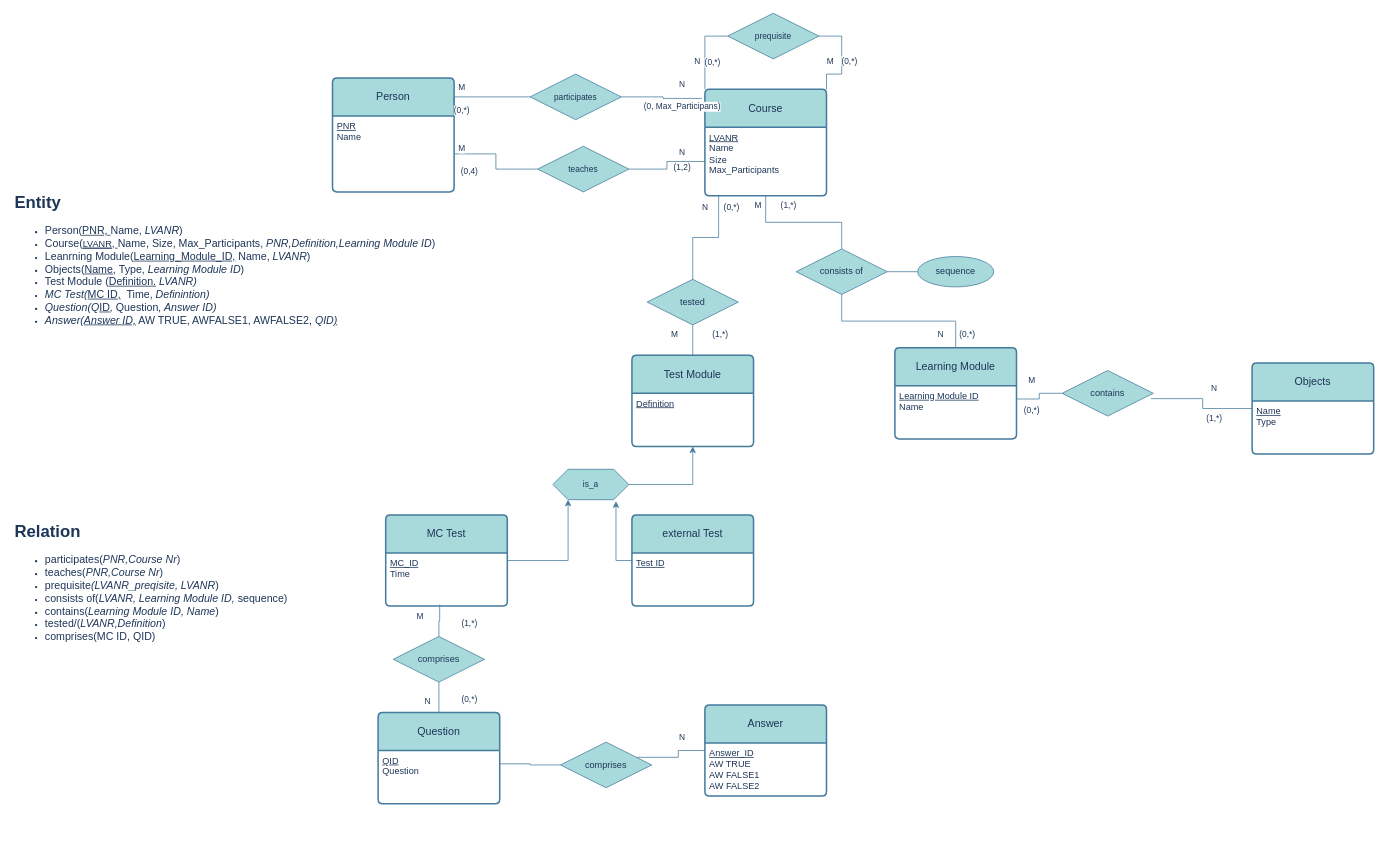
This is E-Learning ERM.drawio from IP2312/Database, a draw.io file, before an edit. Source tidied: cells renumbered, new cells numbered last; positions are measured from the earlier drawing's top-left corner, leaving out a move shared by most shapes. Both pictures are drawn from the tidied source at 76%, with x=0, y=0 at pixel (13, 13).
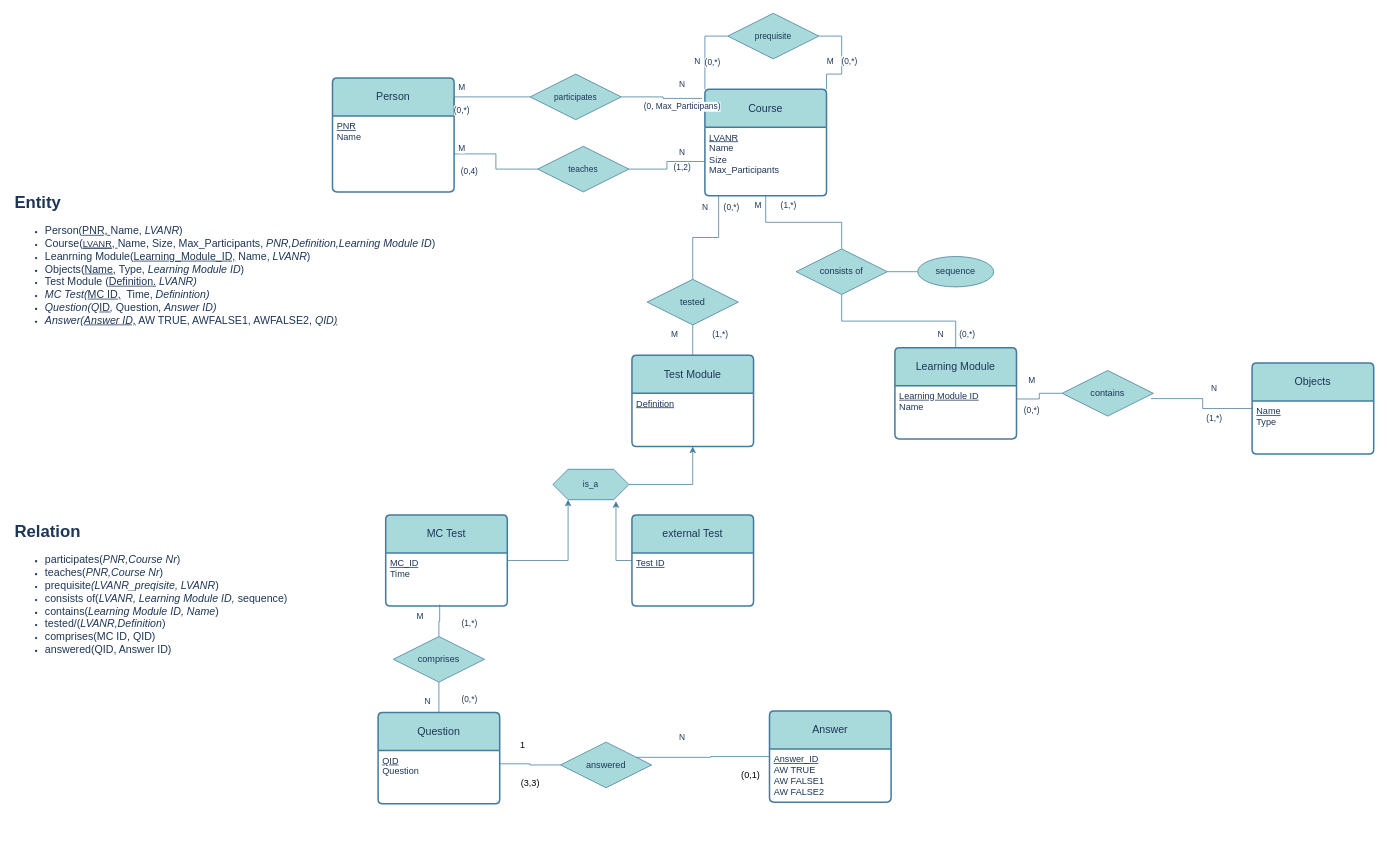
Above is the later version.

The edit, as a diff of the source:
```diff
@@
-    <mxCell id="8" value="&lt;h1 style=&quot;margin-top: 0px;&quot;&gt;Entity&amp;nbsp;&lt;/h1&gt;&lt;div&gt;&lt;ul&gt;&lt;li&gt;&lt;font style=&quot;font-size: 14px;&quot;&gt;Person(&lt;u&gt;PNR,&amp;nbsp;&lt;/u&gt;Name, &lt;i&gt;LVANR&lt;/i&gt;)&amp;nbsp;&lt;/font&gt;&lt;/li&gt;&lt;li&gt;&lt;font style=&quot;font-size: 14px;&quot;&gt;Course(&lt;u style=&quot;&quot;&gt;&lt;u style=&quot;font-size: 12px;&quot;&gt;LVANR&lt;/u&gt;, &lt;/u&gt;Name, Size, Max_Participants, &lt;i&gt;PNR,Definition,Learning Module ID&lt;/i&gt;)&lt;/font&gt;&lt;/li&gt;&lt;li&gt;&lt;span style=&quot;background-color: transparent; color: light-dark(rgb(29, 53, 87), rgb(176, 196, 226)); font-size: 14px;&quot;&gt;Leanrning Module(&lt;u&gt;Learning_&lt;/u&gt;&lt;/span&gt;&lt;span style=&quot;background-color: transparent; color: light-dark(rgb(29, 53, 87), rgb(176, 196, 226)); font-size: 14px;&quot;&gt;&lt;u&gt;Module_ID,&lt;/u&gt;&lt;/span&gt;&lt;span style=&quot;background-color: transparent; color: light-dark(rgb(29, 53, 87), rgb(176, 196, 226)); font-size: 14px;&quot;&gt;&amp;nbsp;&lt;/span&gt;&lt;span style=&quot;background-color: transparent; color: light-dark(rgb(29, 53, 87), rgb(176, 196, 226)); font-size: 14px;&quot;&gt;Name, &lt;i&gt;LVANR&lt;/i&gt;)&lt;/span&gt;&lt;/li&gt;&lt;li&gt;&lt;span style=&quot;font-size: 14px;&quot;&gt;Objects(&lt;u&gt;Name,&lt;/u&gt;&amp;nbsp;Type, &lt;i&gt;Learning Module ID&lt;/i&gt;)&lt;/span&gt;&lt;/li&gt;&lt;li&gt;&lt;span style=&quot;font-size: 14px;&quot;&gt;Test Module (&lt;u style=&quot;&quot;&gt;Definition.&lt;/u&gt;&amp;nbsp;&lt;i&gt;LVANR)&lt;/i&gt;&lt;/span&gt;&lt;/li&gt;&lt;li&gt;&lt;span style=&quot;font-size: 14px;&quot;&gt;&lt;i&gt;MC Test(&lt;/i&gt;&lt;u&gt;MC ID,&lt;/u&gt;&amp;nbsp; Time,&amp;nbsp;&lt;i style=&quot;&quot;&gt;Definintion)&lt;/i&gt;&lt;/span&gt;&lt;/li&gt;&lt;li&gt;&lt;span style=&quot;font-size: 14px;&quot;&gt;&lt;i style=&quot;&quot;&gt;Question(Q&lt;/i&gt;&lt;u&gt;ID&lt;/u&gt;&lt;i style=&quot;&quot;&gt;, &lt;/i&gt;Question&lt;i style=&quot;&quot;&gt;, Answer ID)&lt;/i&gt;&lt;/span&gt;&lt;/li&gt;&lt;li&gt;&lt;span style=&quot;font-size: 14px;&quot;&gt;&lt;i&gt;Answer(&lt;/i&gt;&lt;u style=&quot;font-style: italic;&quot;&gt;Answer ID,&lt;/u&gt; AW TRUE, AWFALSE1, AWFALSE2, &lt;i&gt;QID&lt;/i&gt;&lt;u style=&quot;font-style: italic;&quot;&gt;)&lt;/u&gt;&lt;/span&gt;&lt;/li&gt;&lt;/ul&gt;&lt;/div&gt;&lt;h1 style=&quot;margin-top: 0px;&quot;&gt;&lt;br&gt;&lt;/h1&gt;&lt;h1 style=&quot;margin-top: 0px;&quot;&gt;&lt;br&gt;&lt;/h1&gt;&lt;h1 style=&quot;margin-top: 0px;&quot;&gt;&lt;br&gt;&lt;/h1&gt;&lt;h1 style=&quot;margin-top: 0px;&quot;&gt;&lt;br&gt;&lt;/h1&gt;&lt;h1 style=&quot;margin-top: 0px;&quot;&gt;&lt;br&gt;&lt;/h1&gt;&lt;h1 style=&quot;margin-top: 0px;&quot;&gt;&lt;br&gt;&lt;/h1&gt;&lt;h1 style=&quot;margin-top: 0px;&quot;&gt;Relation&lt;/h1&gt;&lt;div&gt;&lt;ul&gt;&lt;li&gt;&lt;font style=&quot;font-size: 14px;&quot;&gt;participates(&lt;i&gt;PNR,Course Nr&lt;/i&gt;)&lt;/font&gt;&lt;/li&gt;&lt;li&gt;&lt;font style=&quot;font-size: 14px;&quot;&gt;teaches(&lt;i&gt;PNR,Course Nr&lt;/i&gt;)&lt;/font&gt;&lt;/li&gt;&lt;li&gt;&lt;font style=&quot;font-size: 14px;&quot;&gt;prequisite&lt;i&gt;(LVANR_preqisite, LVANR&lt;/i&gt;)&lt;/font&gt;&lt;/li&gt;&lt;li&gt;&lt;font style=&quot;font-size: 14px;&quot;&gt;consists of(&lt;i&gt;LVANR, Learning Module ID, &lt;/i&gt;sequence)&lt;/font&gt;&lt;/li&gt;&lt;li&gt;&lt;font style=&quot;font-size: 14px;&quot;&gt;contains(&lt;i&gt;Learning Module ID, Name&lt;/i&gt;)&lt;/font&gt;&lt;/li&gt;&lt;li&gt;&lt;font style=&quot;font-size: 14px;&quot;&gt;tested/(&lt;i&gt;LVANR,Definition&lt;/i&gt;)&lt;/font&gt;&lt;/li&gt;&lt;li&gt;&lt;font style=&quot;font-size: 14px;&quot;&gt;comprises(MC ID, QID)&lt;/font&gt;&lt;/li&gt;&lt;/ul&gt;&lt;/div&gt;&lt;p&gt;&lt;br&gt;&lt;/p&gt;&lt;p&gt;&lt;br&gt;&lt;/p&gt;&lt;p&gt;&lt;br&gt;&lt;/p&gt;&lt;p&gt;&lt;br&gt;&lt;/p&gt;&lt;p&gt;&lt;br&gt;&lt;/p&gt;&lt;p&gt;&lt;br&gt;&lt;/p&gt;&lt;p&gt;&lt;br&gt;&lt;/p&gt;&lt;p&gt;&lt;br&gt;&lt;/p&gt;&lt;p&gt;&lt;br&gt;&lt;/p&gt;&lt;p&gt;&amp;nbsp;&lt;/p&gt;&lt;p&gt;&lt;br&gt;&lt;/p&gt;" style="text;html=1;whiteSpace=wrap;overflow=hidden;rounded=0;fontFamily=Helvetica;fontSize=11;fontColor=#1D3557;labelBackgroundColor=none;" parent="1" vertex="1">
+    <mxCell id="8" value="&lt;h1 style=&quot;margin-top: 0px;&quot;&gt;Entity&amp;nbsp;&lt;/h1&gt;&lt;div&gt;&lt;ul&gt;&lt;li&gt;&lt;font style=&quot;font-size: 14px;&quot;&gt;Person(&lt;u&gt;PNR,&amp;nbsp;&lt;/u&gt;Name, &lt;i&gt;LVANR&lt;/i&gt;)&amp;nbsp;&lt;/font&gt;&lt;/li&gt;&lt;li&gt;&lt;font style=&quot;font-size: 14px;&quot;&gt;Course(&lt;u style=&quot;&quot;&gt;&lt;u style=&quot;font-size: 12px;&quot;&gt;LVANR&lt;/u&gt;, &lt;/u&gt;Name, Size, Max_Participants, &lt;i&gt;PNR,Definition,Learning Module ID&lt;/i&gt;)&lt;/font&gt;&lt;/li&gt;&lt;li&gt;&lt;span style=&quot;background-color: transparent; color: light-dark(rgb(29, 53, 87), rgb(176, 196, 226)); font-size: 14px;&quot;&gt;Leanrning Module(&lt;u&gt;Learning_&lt;/u&gt;&lt;/span&gt;&lt;span style=&quot;background-color: transparent; color: light-dark(rgb(29, 53, 87), rgb(176, 196, 226)); font-size: 14px;&quot;&gt;&lt;u&gt;Module_ID,&lt;/u&gt;&lt;/span&gt;&lt;span style=&quot;background-color: transparent; color: light-dark(rgb(29, 53, 87), rgb(176, 196, 226)); font-size: 14px;&quot;&gt;&amp;nbsp;&lt;/span&gt;&lt;span style=&quot;background-color: transparent; color: light-dark(rgb(29, 53, 87), rgb(176, 196, 226)); font-size: 14px;&quot;&gt;Name, &lt;i&gt;LVANR&lt;/i&gt;)&lt;/span&gt;&lt;/li&gt;&lt;li&gt;&lt;span style=&quot;font-size: 14px;&quot;&gt;Objects(&lt;u&gt;Name,&lt;/u&gt;&amp;nbsp;Type, &lt;i&gt;Learning Module ID&lt;/i&gt;)&lt;/span&gt;&lt;/li&gt;&lt;li&gt;&lt;span style=&quot;font-size: 14px;&quot;&gt;Test Module (&lt;u style=&quot;&quot;&gt;Definition.&lt;/u&gt;&amp;nbsp;&lt;i&gt;LVANR)&lt;/i&gt;&lt;/span&gt;&lt;/li&gt;&lt;li&gt;&lt;span style=&quot;font-size: 14px;&quot;&gt;&lt;i&gt;MC Test(&lt;/i&gt;&lt;u&gt;MC ID,&lt;/u&gt;&amp;nbsp; Time,&amp;nbsp;&lt;i style=&quot;&quot;&gt;Definintion)&lt;/i&gt;&lt;/span&gt;&lt;/li&gt;&lt;li&gt;&lt;span style=&quot;font-size: 14px;&quot;&gt;&lt;i style=&quot;&quot;&gt;Question(Q&lt;/i&gt;&lt;u&gt;ID&lt;/u&gt;&lt;i style=&quot;&quot;&gt;, &lt;/i&gt;Question&lt;i style=&quot;&quot;&gt;, Answer ID)&lt;/i&gt;&lt;/span&gt;&lt;/li&gt;&lt;li&gt;&lt;span style=&quot;font-size: 14px;&quot;&gt;&lt;i&gt;Answer(&lt;/i&gt;&lt;u style=&quot;font-style: italic;&quot;&gt;Answer ID,&lt;/u&gt; AW TRUE, AWFALSE1, AWFALSE2, &lt;i&gt;QID&lt;/i&gt;&lt;u style=&quot;font-style: italic;&quot;&gt;)&lt;/u&gt;&lt;/span&gt;&lt;/li&gt;&lt;/ul&gt;&lt;/div&gt;&lt;h1 style=&quot;margin-top: 0px;&quot;&gt;&lt;br&gt;&lt;/h1&gt;&lt;h1 style=&quot;margin-top: 0px;&quot;&gt;&lt;br&gt;&lt;/h1&gt;&lt;h1 style=&quot;margin-top: 0px;&quot;&gt;&lt;br&gt;&lt;/h1&gt;&lt;h1 style=&quot;margin-top: 0px;&quot;&gt;&lt;br&gt;&lt;/h1&gt;&lt;h1 style=&quot;margin-top: 0px;&quot;&gt;&lt;br&gt;&lt;/h1&gt;&lt;h1 style=&quot;margin-top: 0px;&quot;&gt;&lt;br&gt;&lt;/h1&gt;&lt;h1 style=&quot;margin-top: 0px;&quot;&gt;Relation&lt;/h1&gt;&lt;div&gt;&lt;ul&gt;&lt;li&gt;&lt;font style=&quot;font-size: 14px;&quot;&gt;participates(&lt;i&gt;PNR,Course Nr&lt;/i&gt;)&lt;/font&gt;&lt;/li&gt;&lt;li&gt;&lt;font style=&quot;font-size: 14px;&quot;&gt;teaches(&lt;i&gt;PNR,Course Nr&lt;/i&gt;)&lt;/font&gt;&lt;/li&gt;&lt;li&gt;&lt;font style=&quot;font-size: 14px;&quot;&gt;prequisite&lt;i&gt;(LVANR_preqisite, LVANR&lt;/i&gt;)&lt;/font&gt;&lt;/li&gt;&lt;li&gt;&lt;font style=&quot;font-size: 14px;&quot;&gt;consists of(&lt;i&gt;LVANR, Learning Module ID, &lt;/i&gt;sequence)&lt;/font&gt;&lt;/li&gt;&lt;li&gt;&lt;font style=&quot;font-size: 14px;&quot;&gt;contains(&lt;i&gt;Learning Module ID, Name&lt;/i&gt;)&lt;/font&gt;&lt;/li&gt;&lt;li&gt;&lt;font style=&quot;font-size: 14px;&quot;&gt;tested/(&lt;i&gt;LVANR,Definition&lt;/i&gt;)&lt;/font&gt;&lt;/li&gt;&lt;li&gt;&lt;font style=&quot;font-size: 14px;&quot;&gt;comprises(MC ID, QID)&lt;/font&gt;&lt;/li&gt;&lt;li&gt;&lt;font style=&quot;font-size: 14px;&quot;&gt;answered(QID, Answer ID)&lt;/font&gt;&lt;/li&gt;&lt;/ul&gt;&lt;/div&gt;&lt;p&gt;&lt;br&gt;&lt;/p&gt;&lt;p&gt;&lt;br&gt;&lt;/p&gt;&lt;p&gt;&lt;br&gt;&lt;/p&gt;&lt;p&gt;&lt;br&gt;&lt;/p&gt;&lt;p&gt;&lt;br&gt;&lt;/p&gt;&lt;p&gt;&lt;br&gt;&lt;/p&gt;&lt;p&gt;&lt;br&gt;&lt;/p&gt;&lt;p&gt;&lt;br&gt;&lt;/p&gt;&lt;p&gt;&lt;br&gt;&lt;/p&gt;&lt;p&gt;&amp;nbsp;&lt;/p&gt;&lt;p&gt;&lt;br&gt;&lt;/p&gt;" style="text;html=1;whiteSpace=wrap;overflow=hidden;rounded=0;fontFamily=Helvetica;fontSize=11;fontColor=#1D3557;labelBackgroundColor=none;" parent="1" vertex="1">
       <mxGeometry y="230" width="570" height="850" as="geometry" />
     </mxCell>
@@
     <mxCell id="70" value="Answer" style="swimlane;horizontal=1;startSize=50;rounded=1;fontSize=14;fontStyle=0;strokeWidth=2;shadow=0;dashed=0;align=center;arcSize=4;whiteSpace=wrap;html=1;strokeColor=#457B9D;fontColor=#1D3557;fillColor=#A8DADC;labelBackgroundColor=none;" parent="1" vertex="1">
-      <mxGeometry x="910" y="910" width="160" height="120" as="geometry" />
+      <mxGeometry x="995" y="918" width="160" height="120" as="geometry" />
     </mxCell>
@@
-    <mxCell id="74" value="comprises" style="shape=rhombus;perimeter=rhombusPerimeter;whiteSpace=wrap;html=1;align=center;strokeColor=#457B9D;fontColor=#1D3557;fillColor=#A8DADC;labelBackgroundColor=none;" parent="1" vertex="1">
+    <mxCell id="74" value="answered" style="shape=rhombus;perimeter=rhombusPerimeter;whiteSpace=wrap;html=1;align=center;strokeColor=#457B9D;fontColor=#1D3557;fillColor=#A8DADC;labelBackgroundColor=none;" parent="1" vertex="1">
       <mxGeometry x="720" y="959" width="120" height="60" as="geometry" />
     </mxCell>
@@
+    <mxCell id="80" value="1" style="text;html=1;align=center;verticalAlign=middle;strokeColor=none;fillColor=none;" parent="1" vertex="1">
+      <mxGeometry x="655" y="948" width="30" height="30" as="geometry" />
+    </mxCell>
+    <mxCell id="81" value="(3,3)" style="text;html=1;align=center;verticalAlign=middle;strokeColor=none;fillColor=none;" parent="1" vertex="1">
+      <mxGeometry x="655" y="998" width="50" height="30" as="geometry" />
+    </mxCell>
+    <mxCell id="82" value="(0,1)" style="text;html=1;align=center;verticalAlign=middle;strokeColor=none;fillColor=none;" parent="1" vertex="1">
+      <mxGeometry x="945" y="988" width="50" height="30" as="geometry" />
+    </mxCell>
```
